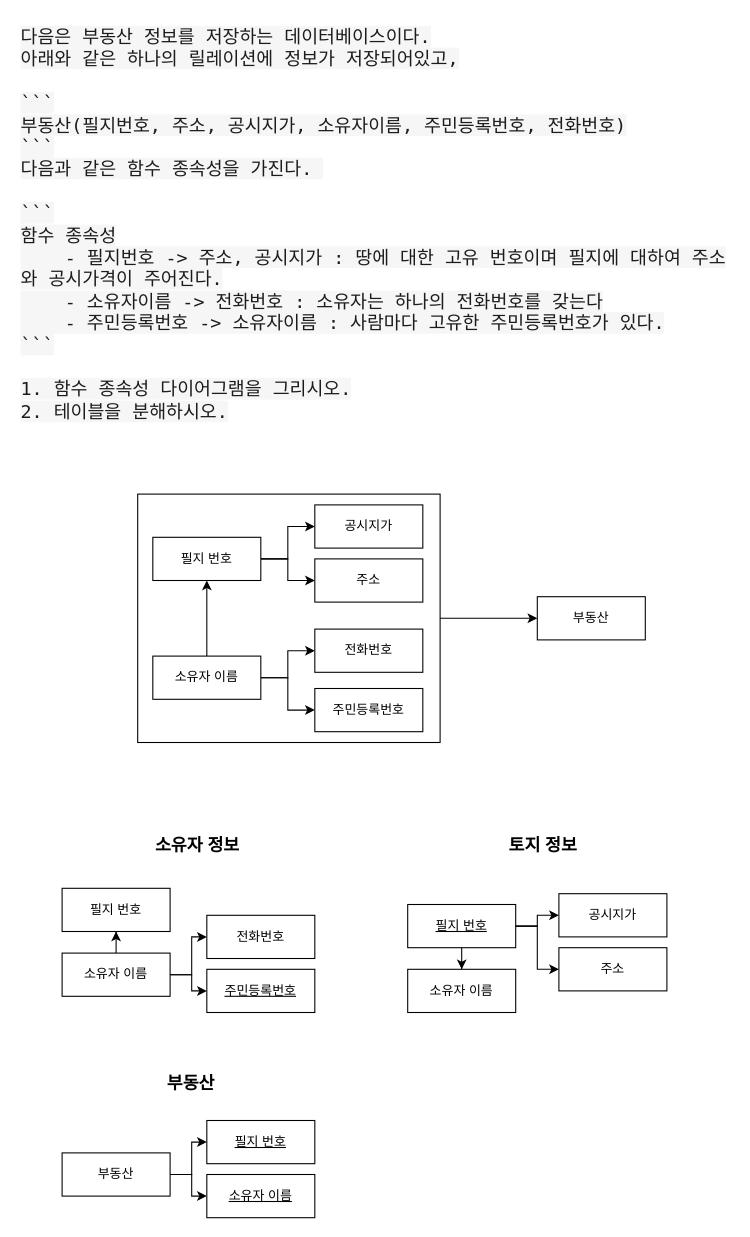
kimYong91/sql-study keeps this draw.io diagram as page "연습 문제 1" (1 of 2) of 정규화 (이상현상, 함수종속성)/연습문제/함수종속성 연습문제.drawio. Above is the earlier version. Source tidied: cells renumbered, new cells numbered last; positions are measured from the earlier drawing's top-left corner, leaving out a move shared by most shapes. Both pictures are drawn from the tidied source at 108%, with x=0, y=0 at pixel (18, 18).
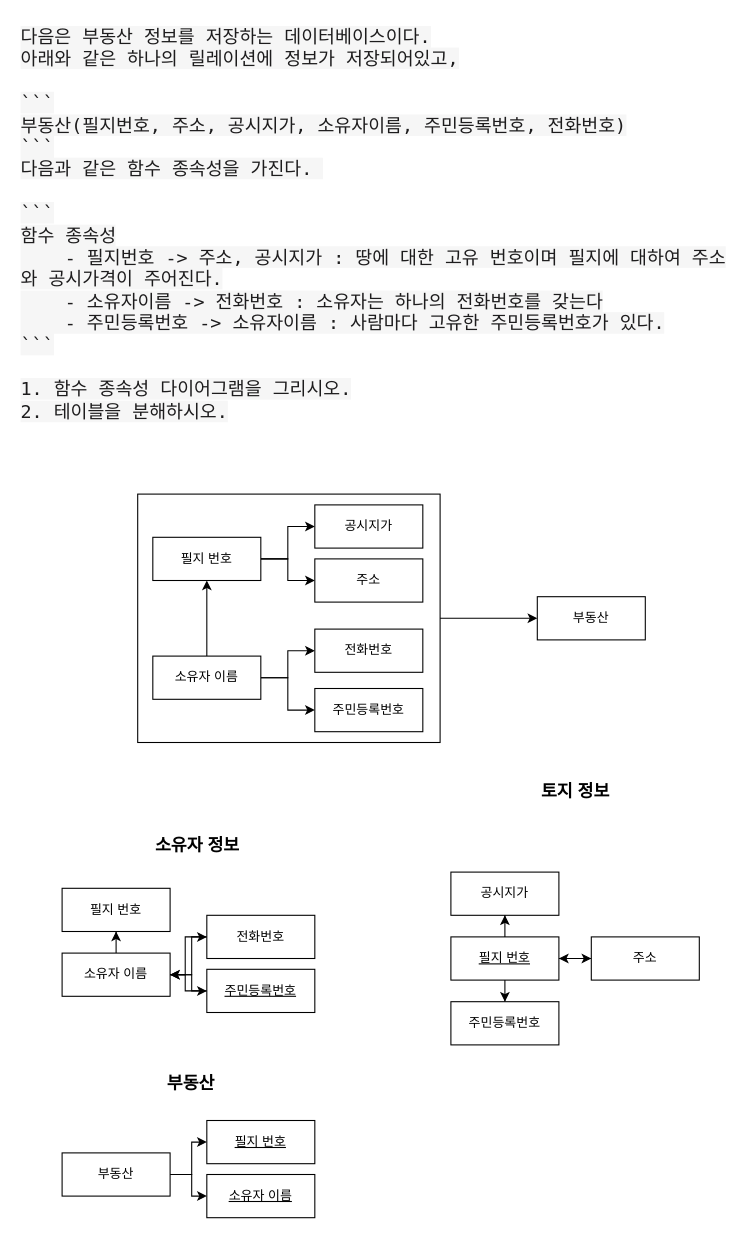
Above is the later version.

The change refers to these unchanged cells:
```xml
<mxCell id="18" value="소유자 이름" style="whiteSpace=wrap;html=1;align=center;" parent="1" vertex="1">
  <mxGeometry x="40" y="865" width="100" height="40" as="geometry" />
</mxCell>
<mxCell id="19" value="전화번호" style="whiteSpace=wrap;html=1;align=center;" parent="1" vertex="1">
  <mxGeometry x="174" y="830" width="100" height="40" as="geometry" />
</mxCell>
<mxCell id="20" value="&lt;u&gt;주민등록번호&lt;/u&gt;" style="whiteSpace=wrap;html=1;align=center;" parent="1" vertex="1">
  <mxGeometry x="174" y="880" width="100" height="40" as="geometry" />
</mxCell>
```

What changed in the source:
```diff
@@
+    <mxCell id="39" style="edgeStyle=orthogonalEdgeStyle;rounded=0;jettySize=auto;html=1;entryX=1;entryY=0.5;entryDx=0;entryDy=0;" parent="1" edge="1" source="19" target="18">
+      <mxGeometry relative="1" as="geometry" />
+    </mxCell>
@@
+    <mxCell id="40" style="edgeStyle=orthogonalEdgeStyle;rounded=0;jettySize=auto;html=1;" parent="1" edge="1" source="20" target="18">
+      <mxGeometry relative="1" as="geometry" />
+    </mxCell>
@@
     <mxCell id="25" value="&lt;u&gt;필지 번호&lt;/u&gt;" style="whiteSpace=wrap;html=1;align=center;" parent="1" vertex="1">
-      <mxGeometry x="360" y="820" width="100" height="40" as="geometry" />
+      <mxGeometry x="400" y="850" width="100" height="40" as="geometry" />
     </mxCell>
     <mxCell id="26" value="공시지가" style="whiteSpace=wrap;html=1;align=center;" parent="1" vertex="1">
-      <mxGeometry x="500" y="810" width="100" height="40" as="geometry" />
+      <mxGeometry x="400" y="790" width="100" height="40" as="geometry" />
     </mxCell>
+    <mxCell id="41" style="edgeStyle=orthogonalEdgeStyle;rounded=0;jettySize=auto;html=1;entryX=1;entryY=0.5;entryDx=0;entryDy=0;" parent="1" edge="1" source="27" target="25">
+      <mxGeometry relative="1" as="geometry" />
+    </mxCell>
     <mxCell id="27" value="주소" style="whiteSpace=wrap;html=1;align=center;" parent="1" vertex="1">
-      <mxGeometry x="500" y="860" width="100" height="40" as="geometry" />
+      <mxGeometry x="530" y="850" width="100" height="40" as="geometry" />
     </mxCell>
@@
-    <mxCell id="30" value="소유자 이름" style="whiteSpace=wrap;html=1;align=center;" parent="1" vertex="1">
-      <mxGeometry x="360" y="880" width="100" height="40" as="geometry" />
+    <mxCell id="30" value="주민등록번호" style="whiteSpace=wrap;html=1;align=center;" parent="1" vertex="1">
+      <mxGeometry x="400" y="910" width="100" height="40" as="geometry" />
     </mxCell>
@@
     <mxCell id="37" value="&lt;span style=&quot;font-size: 16px;&quot;&gt;&lt;b&gt;토지 정보&lt;/b&gt;&lt;/span&gt;" style="text;html=1;align=center;verticalAlign=middle;strokeColor=none;fillColor=none;" parent="1" vertex="1">
-      <mxGeometry x="440" y="750" width="90" height="30" as="geometry" />
+      <mxGeometry x="470" y="700" width="90" height="30" as="geometry" />
     </mxCell>
```
